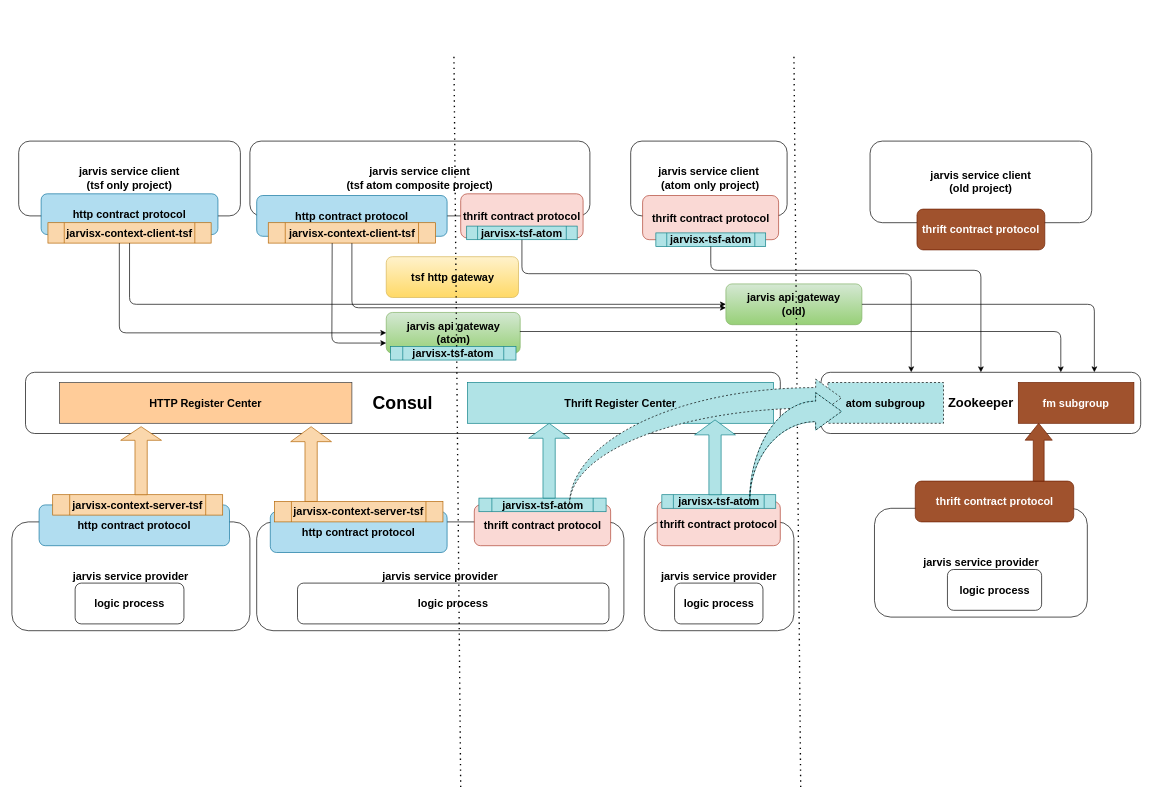
Above: JarvisX TSF.drawio in 1247691206/JavaArchitect (draw.io), before the change. Source tidied: cells renumbered, new cells numbered last; positions are measured from the earlier drawing's top-left corner, leaving out a move shared by most shapes. Both pictures are drawn from the tidied source at 68%, with x=0, y=0 at pixel (12, 52).
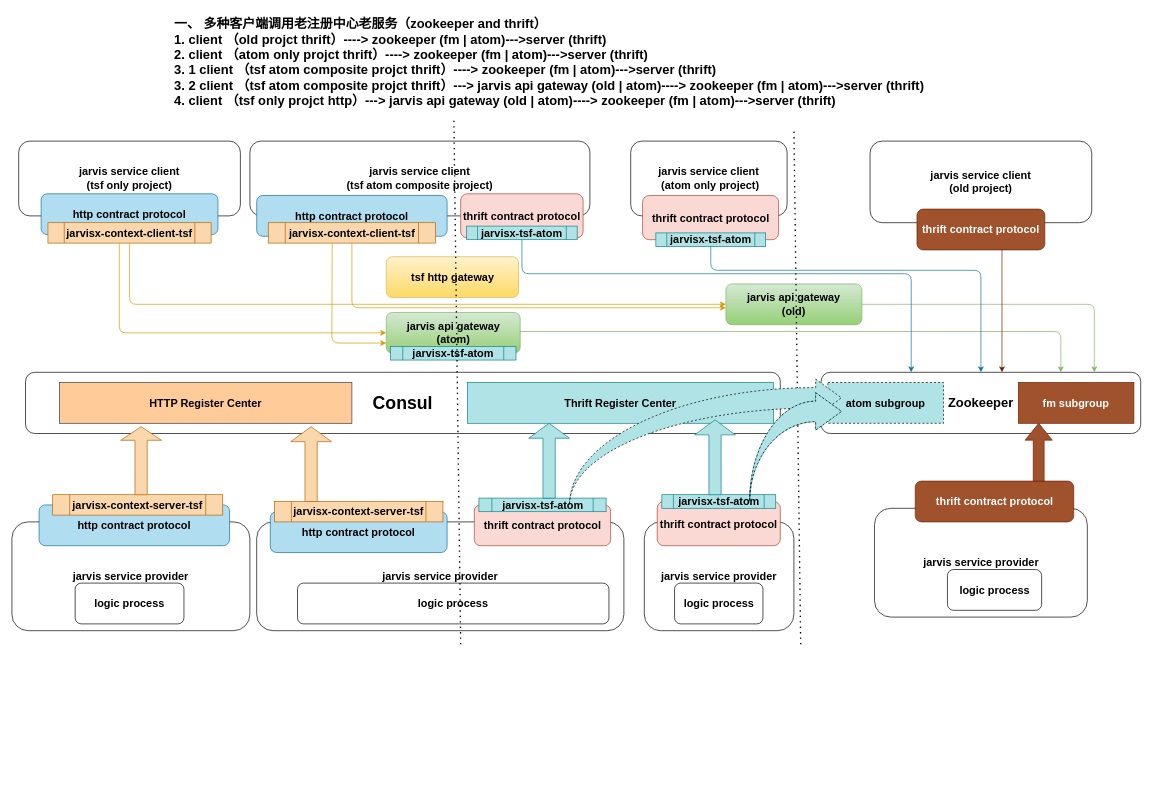
The same page after the edit.

The change refers to these unchanged cells:
```xml
<mxCell id="4" value="jarvis api gateway&lt;br style=&quot;font-size: 16px;&quot;&gt;(old)" style="rounded=1;whiteSpace=wrap;html=1;gradientColor=#97d077;fillColor=#d5e8d4;strokeColor=#82b366;fontStyle=1;align=center;horizontal=1;fontSize=16;" parent="1" vertex="1">
  <mxGeometry x="1050" y="340" width="200" height="60" as="geometry" />
</mxCell>
<mxCell id="15" value="Zookeeper" style="rounded=1;whiteSpace=wrap;html=1;fontStyle=1;align=center;horizontal=1;fontSize=19;" parent="1" vertex="1">
  <mxGeometry x="1190" y="470" width="470" height="90" as="geometry" />
</mxCell>
<mxCell id="20" value="jarvis api gateway&lt;br style=&quot;font-size: 16px;&quot;&gt;(atom)" style="rounded=1;whiteSpace=wrap;html=1;gradientColor=#97d077;fillColor=#d5e8d4;strokeColor=#82b366;fontStyle=1;align=center;horizontal=1;fontSize=16;" parent="1" vertex="1">
  <mxGeometry x="550.5" y="382" width="197" height="60" as="geometry" />
</mxCell>
<mxCell id="27" value="jarvisx-context-client-tsf" style="shape=process;whiteSpace=wrap;html=1;backgroundOutline=1;fillColor=#fad7ac;strokeColor=#b46504;fontStyle=1;align=center;horizontal=1;fontSize=16;" parent="1" vertex="1">
  <mxGeometry x="53" y="250" width="240" height="30" as="geometry" />
</mxCell>
<mxCell id="30" value="jarvisx-tsf-atom" style="shape=process;whiteSpace=wrap;html=1;backgroundOutline=1;fillColor=#b0e3e6;strokeColor=#0e8088;fontStyle=1;align=center;horizontal=1;fontSize=16;" parent="1" vertex="1">
  <mxGeometry x="947" y="265" width="161.5" height="20" as="geometry" />
</mxCell>
<mxCell id="33" value="jarvisx-context-client-tsf" style="shape=process;whiteSpace=wrap;html=1;backgroundOutline=1;fillColor=#fad7ac;strokeColor=#b46504;fontStyle=1;align=center;horizontal=1;fontSize=16;" parent="1" vertex="1">
  <mxGeometry x="377" y="250" width="246" height="30" as="geometry" />
</mxCell>
<mxCell id="35" value="jarvisx-tsf-atom" style="shape=process;whiteSpace=wrap;html=1;backgroundOutline=1;fillColor=#b0e3e6;strokeColor=#0e8088;fontStyle=1;align=center;horizontal=1;fontSize=16;" parent="1" vertex="1">
  <mxGeometry x="668.8" y="255" width="162.5" height="20" as="geometry" />
</mxCell>
```

Diff of the diagram source:
```diff
@@
     <mxCell id="18" style="endArrow=none;dashed=1;html=1;dashPattern=1 3;strokeWidth=2;fontStyle=1;align=center;horizontal=1;fontSize=16;" parent="1" edge="1">
       <mxGeometry relative="1" as="geometry">
-        <mxPoint x="1160" y="1080" as="sourcePoint" />
-        <mxPoint x="1150" as="targetPoint" />
+        <mxPoint x="1160" y="870" as="sourcePoint" />
+        <mxPoint x="1150" y="110" as="targetPoint" />
       </mxGeometry>
     </mxCell>
@@
     <mxCell id="31" style="endArrow=none;dashed=1;html=1;dashPattern=1 3;strokeWidth=2;fontStyle=1;align=center;horizontal=1;fontSize=16;" parent="1" edge="1">
       <mxGeometry relative="1" as="geometry">
-        <mxPoint x="660" y="1080" as="sourcePoint" />
-        <mxPoint x="650" as="targetPoint" />
+        <mxPoint x="660" y="870" as="sourcePoint" />
+        <mxPoint x="650" y="100" as="targetPoint" />
       </mxGeometry>
     </mxCell>
@@
-    <mxCell id="52" style="edgeStyle=elbowEdgeStyle;elbow=horizontal;endArrow=classic;html=1;strokeColor=#000000;fontSize=19;align=center;entryX=0;entryY=0.5;entryDx=0;entryDy=0;" parent="1" edge="1" target="20">
+    <mxCell id="52" style="edgeStyle=elbowEdgeStyle;elbow=horizontal;endArrow=classic;html=1;strokeColor=#d79b00;fontSize=19;align=center;entryX=0;entryY=0.5;entryDx=0;entryDy=0;gradientColor=#ffa500;fillColor=#ffcd28;" parent="1" edge="1" target="20">
       <mxGeometry relative="1" as="geometry">
         <mxPoint x="158" y="280" as="sourcePoint" />
         <Array as="points">
           <mxPoint x="158" y="330" />
         </Array>
       </mxGeometry>
     </mxCell>
-    <mxCell id="53" style="edgeStyle=elbowEdgeStyle;elbow=horizontal;endArrow=classic;html=1;strokeColor=#000000;fontSize=19;align=center;entryX=0;entryY=0.75;entryDx=0;entryDy=0;" parent="1" edge="1" target="20">
+    <mxCell id="53" style="edgeStyle=elbowEdgeStyle;elbow=horizontal;endArrow=classic;html=1;strokeColor=#d79b00;fontSize=19;align=center;entryX=0;entryY=0.75;entryDx=0;entryDy=0;gradientColor=#ffa500;fillColor=#ffcd28;" parent="1" edge="1" target="20">
       <mxGeometry relative="1" as="geometry">
         <mxPoint x="471" y="280" as="sourcePoint" />
         <Array as="points">
           <mxPoint x="470.5" y="322.5" />
         </Array>
       </mxGeometry>
     </mxCell>
-    <mxCell id="54" style="edgeStyle=segmentEdgeStyle;endArrow=classic;html=1;strokeColor=#000000;fontSize=19;align=center;exitX=0.5;exitY=1;exitDx=0;exitDy=0;" parent="1" edge="1" source="27" target="4">
+    <mxCell id="54" style="edgeStyle=segmentEdgeStyle;endArrow=classic;html=1;strokeColor=#d79b00;fontSize=19;align=center;exitX=0.5;exitY=1;exitDx=0;exitDy=0;gradientColor=#ffa500;fillColor=#ffcd28;" parent="1" edge="1" source="27" target="4">
       <mxGeometry relative="1" as="geometry">
         <Array as="points">
           <mxPoint x="173" y="370" />
         </Array>
       </mxGeometry>
     </mxCell>
-    <mxCell id="55" style="edgeStyle=segmentEdgeStyle;endArrow=classic;html=1;strokeColor=#000000;fontSize=19;align=center;exitX=0.5;exitY=1;exitDx=0;exitDy=0;" parent="1" edge="1" source="33">
+    <mxCell id="55" style="edgeStyle=segmentEdgeStyle;endArrow=classic;html=1;strokeColor=#d79b00;fontSize=19;align=center;exitX=0.5;exitY=1;exitDx=0;exitDy=0;gradientColor=#ffa500;fillColor=#ffcd28;" parent="1" edge="1" source="33">
       <mxGeometry relative="1" as="geometry">
         <mxPoint x="1050" y="375.1" as="targetPoint" />
         <Array as="points">
           <mxPoint x="500" y="375" />
         </Array>
       </mxGeometry>
     </mxCell>
-    <mxCell id="56" style="edgeStyle=elbowEdgeStyle;elbow=vertical;endArrow=classic;html=1;strokeColor=#000000;fontSize=19;align=center;entryX=0.75;entryY=0;entryDx=0;entryDy=0;" parent="1" edge="1" target="15">
+    <mxCell id="56" style="edgeStyle=elbowEdgeStyle;elbow=vertical;endArrow=classic;html=1;strokeColor=#82b366;fontSize=19;align=center;entryX=0.75;entryY=0;entryDx=0;entryDy=0;gradientColor=#97d077;fillColor=#d5e8d4;" parent="1" edge="1" target="15">
       <mxGeometry relative="1" as="geometry">
         <mxPoint x="747" y="410" as="sourcePoint" />
         <Array as="points">
           <mxPoint x="1170" y="410" />
         </Array>
       </mxGeometry>
     </mxCell>
-    <mxCell id="57" style="edgeStyle=elbowEdgeStyle;elbow=vertical;endArrow=classic;html=1;strokeColor=#000000;fontSize=19;align=center;exitX=1;exitY=0.5;exitDx=0;exitDy=0;entryX=0.855;entryY=-0.001;entryDx=0;entryDy=0;entryPerimeter=0;" parent="1" edge="1" source="4" target="15">
+    <mxCell id="57" style="edgeStyle=elbowEdgeStyle;elbow=vertical;endArrow=classic;html=1;strokeColor=#82b366;fontSize=19;align=center;exitX=1;exitY=0.5;exitDx=0;exitDy=0;entryX=0.855;entryY=-0.001;entryDx=0;entryDy=0;entryPerimeter=0;gradientColor=#97d077;fillColor=#d5e8d4;" parent="1" edge="1" source="4" target="15">
       <mxGeometry relative="1" as="geometry">
         <Array as="points">
           <mxPoint x="1440" y="370" />
         </Array>
       </mxGeometry>
     </mxCell>
-    <mxCell id="58" style="edgeStyle=elbowEdgeStyle;elbow=vertical;endArrow=classic;html=1;strokeColor=#000000;fontSize=19;align=center;entryX=0.5;entryY=0;entryDx=0;entryDy=0;exitX=0.5;exitY=1;exitDx=0;exitDy=0;" parent="1" edge="1" source="30" target="15">
+    <mxCell id="58" style="edgeStyle=elbowEdgeStyle;elbow=vertical;endArrow=classic;html=1;strokeColor=#10739e;fontSize=19;align=center;entryX=0.5;entryY=0;entryDx=0;entryDy=0;exitX=0.5;exitY=1;exitDx=0;exitDy=0;fillColor=#b1ddf0;" parent="1" edge="1" source="30" target="15">
       <mxGeometry relative="1" as="geometry">
         <Array as="points">
           <mxPoint x="1280" y="320" />
         </Array>
       </mxGeometry>
     </mxCell>
-    <mxCell id="59" style="edgeStyle=elbowEdgeStyle;elbow=vertical;endArrow=classic;html=1;strokeColor=#000000;fontSize=19;align=center;entryX=0.282;entryY=-0.001;entryDx=0;entryDy=0;entryPerimeter=0;exitX=0.5;exitY=1;exitDx=0;exitDy=0;" parent="1" edge="1" source="35" target="15">
+    <mxCell id="59" style="edgeStyle=elbowEdgeStyle;elbow=vertical;endArrow=classic;html=1;strokeColor=#10739e;fontSize=19;align=center;entryX=0.282;entryY=-0.001;entryDx=0;entryDy=0;entryPerimeter=0;exitX=0.5;exitY=1;exitDx=0;exitDy=0;fillColor=#b1ddf0;" parent="1" edge="1" source="35" target="15">
       <mxGeometry relative="1" as="geometry">
         <Array as="points">
           <mxPoint x="1242.2" y="325" />
         </Array>
       </mxGeometry>
     </mxCell>
+    <mxCell id="60" value="&lt;b&gt;一、 多种客户端调用老注册中心老服务（zookeeper and thrift）&lt;br&gt;1. client （old projct thrift）----&amp;gt; zookeeper (fm | atom)---&amp;gt;server  (thrift)&lt;br&gt;2. client （atom only projct thrift）----&amp;gt; zookeeper (fm | atom)---&amp;gt;server  (thrift)&lt;br&gt;3. 1 client （tsf atom composite projct thrift）----&amp;gt; zookeeper (fm | atom)---&amp;gt;server  (thrift)&lt;br&gt;3. 2 client （tsf atom composite projct thrift）---&amp;gt; jarvis api gateway (old | atom)----&amp;gt; zookeeper (fm | atom)---&amp;gt;server  (thrift)&lt;br&gt;4. client （tsf only projct http）---&amp;gt; jarvis api gateway (old | atom)----&amp;gt; zookeeper (fm | atom)---&amp;gt;server  (thrift)&lt;/b&gt;" style="text;whiteSpace=wrap;html=1;fontSize=19;" parent="1" vertex="1">
+      <mxGeometry x="237" y="-60" width="1210" height="148" as="geometry" />
+    </mxCell>
+    <mxCell id="61" style="endArrow=classic;html=1;strokeColor=#6D1F00;fontSize=19;align=center;exitX=0.5;exitY=1;exitDx=0;exitDy=0;entryX=0.5;entryY=0;entryDx=0;entryDy=0;fillColor=#a0522d;" parent="1" edge="1">
+      <mxGeometry relative="1" as="geometry">
+        <mxPoint x="1456" y="290" as="sourcePoint" />
+        <mxPoint x="1456" y="470" as="targetPoint" />
+      </mxGeometry>
+    </mxCell>
```
